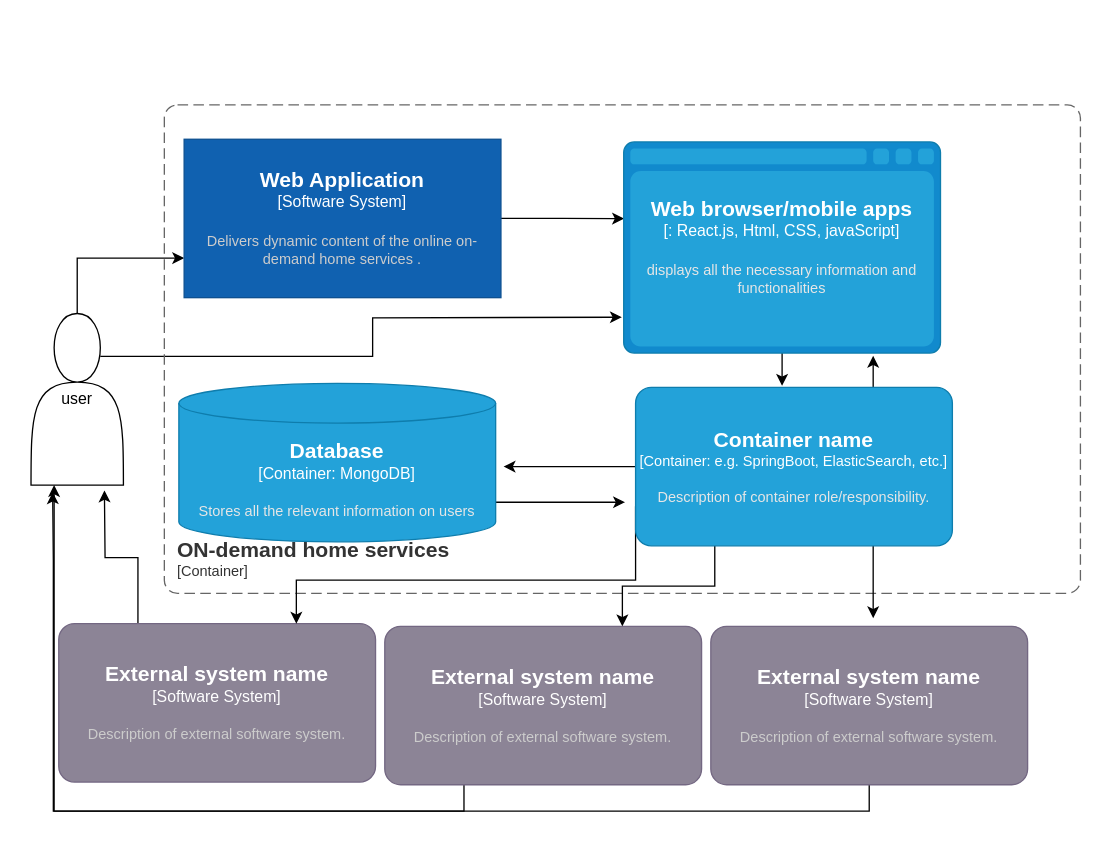
Earlier version of the draw.io diagram Untitled Diagram.drawio (Tinachint/on-demandHomeServices). Source tidied: cells renumbered, new cells numbered last; positions are measured from the earlier drawing's top-left corner, leaving out a move shared by most shapes. Both pictures are drawn from the tidied source at 132%, with x=0, y=0 at pixel (30, 104).
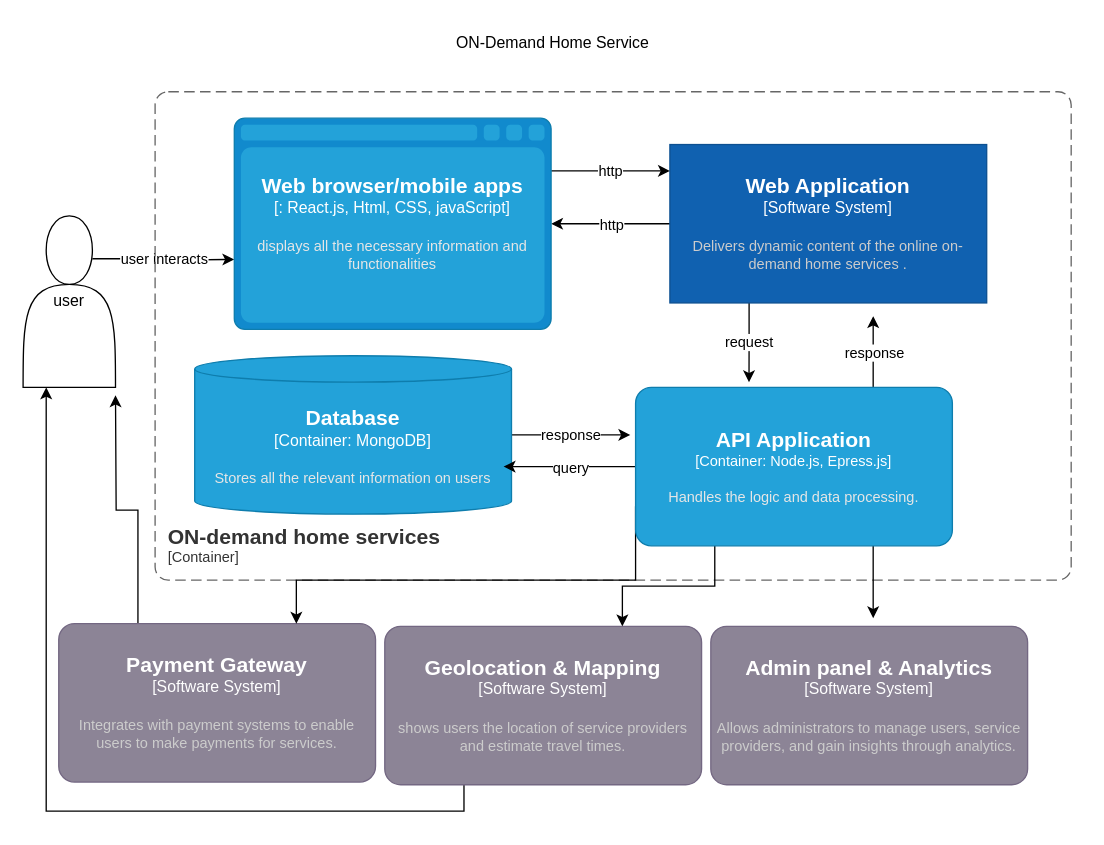
Above is the later version.

What changed in the source:
```diff
@@
-    <mxCell id="3" style="edgeStyle=orthogonalEdgeStyle;rounded=0;jettySize=auto;html=1;exitX=0.75;exitY=0.25;exitDx=0;exitDy=0;exitPerimeter=0;" parent="1" edge="1" source="5">
-      <mxGeometry relative="1" as="geometry">
-        <mxPoint x="447.6" y="160.8" as="targetPoint" />
-      </mxGeometry>
-    </mxCell>
-    <mxCell id="4" style="edgeStyle=orthogonalEdgeStyle;rounded=0;jettySize=auto;html=1;exitX=0.5;exitY=0;exitDx=0;exitDy=0;entryX=0;entryY=0.75;entryDx=0;entryDy=0;entryPerimeter=0;" parent="1" edge="1" source="5" target="14">
-      <mxGeometry relative="1" as="geometry" />
-    </mxCell>
+    <mxCell id="25" value="user interacts" style="edgeStyle=orthogonalEdgeStyle;rounded=0;jettySize=auto;html=1;exitX=0.75;exitY=0.25;exitDx=0;exitDy=0;exitPerimeter=0;" parent="1" edge="1" source="5">
+      <mxGeometry relative="1" as="geometry">
+        <mxPoint x="154" y="117" as="targetPoint" />
+      </mxGeometry>
+    </mxCell>
     <mxCell id="5" value="user" style="shape=actor;whiteSpace=wrap;html=1;" parent="1" vertex="1">
-      <mxGeometry y="158" width="70" height="130" as="geometry" />
+      <mxGeometry x="-6" y="84" width="70" height="130" as="geometry" />
     </mxCell>
     <object id="6" label="&lt;font style=&quot;font-size: 16px&quot;&gt;&lt;b&gt;&lt;div style=&quot;text-align: left&quot;&gt;%c4Name%&lt;/div&gt;&lt;/b&gt;&lt;/font&gt;&lt;div style=&quot;text-align: left&quot;&gt;[%c4Application%]&lt;/div&gt;" c4Application="Container" c4Name="ON-demand home services" placeholders="1">
       <mxCell style="rounded=1;fontSize=11;whiteSpace=wrap;html=1;dashed=1;arcSize=20;fillColor=none;strokeColor=#666666;fontColor=#333333;labelBackgroundColor=none;align=left;verticalAlign=bottom;labelBorderColor=none;spacingTop=0;spacing=10;dashPattern=8 4;perimeter=rectanglePerimeter;noLabel=0;labelPadding=0;absoluteArcSize=1;" parent="1" vertex="1">
-        <mxGeometry x="101" width="694" height="370" as="geometry" />
+        <mxGeometry x="94" y="-10" width="694" height="370" as="geometry" />
       </mxCell>
     </object>
     <mxCell id="7" style="edgeStyle=orthogonalEdgeStyle;rounded=0;jettySize=auto;html=1;exitX=0.25;exitY=0;exitDx=0;exitDy=0;exitPerimeter=0;" parent="1" edge="1" source="8">
       <mxGeometry relative="1" as="geometry">
-        <mxPoint x="55.6" y="292" as="targetPoint" />
+        <mxPoint x="64" y="220" as="targetPoint" />
       </mxGeometry>
     </mxCell>
-    <object id="8" label="&lt;font style=&quot;font-size: 16px&quot;&gt;&lt;b&gt;%c4Name%&lt;/b&gt;&lt;/font&gt;&lt;div&gt;[%c4Type%]&lt;/div&gt;&lt;br&gt;&lt;div&gt;&lt;font style=&quot;font-size: 11px&quot;&gt;&lt;font color=&quot;#cccccc&quot;&gt;%c4Description%&lt;/font&gt;&lt;/div&gt;" c4Description="Description of external software system." c4Name="External system name" c4Type="Software System" placeholders="1">
+    <object id="8" label="&lt;font style=&quot;font-size: 16px&quot;&gt;&lt;b&gt;%c4Name%&lt;/b&gt;&lt;/font&gt;&lt;div&gt;[%c4Type%]&lt;/div&gt;&lt;br&gt;&lt;div&gt;&lt;font style=&quot;font-size: 11px&quot;&gt;&lt;font color=&quot;#cccccc&quot;&gt;%c4Description%&lt;/font&gt;&lt;/div&gt;" c4Description=" Integrates with payment systems to enable users to make payments for services." c4Name="Payment Gateway" c4Type="Software System" placeholders="1">
       <mxCell style="rounded=1;whiteSpace=wrap;html=1;labelBackgroundColor=none;fillColor=#8C8496;fontColor=#ffffff;align=center;arcSize=10;strokeColor=#736782;points=[[0.25,0,0],[0.5,0,0],[0.75,0,0],[1,0.25,0],[1,0.5,0],[1,0.75,0],[0.75,1,0],[0.5,1,0],[0.25,1,0],[0,0.75,0],[0,0.5,0],[0,0.25,0]];" parent="1" vertex="1">
         <mxGeometry x="21" y="393" width="240" height="120" as="geometry" />
       </mxCell>
     </object>
@@
-    <object id="10" label="&lt;font style=&quot;font-size: 16px&quot;&gt;&lt;b&gt;%c4Name%&lt;/b&gt;&lt;/font&gt;&lt;div&gt;[%c4Type%]&lt;/div&gt;&lt;br&gt;&lt;div&gt;&lt;font style=&quot;font-size: 11px&quot;&gt;&lt;font color=&quot;#cccccc&quot;&gt;%c4Description%&lt;/font&gt;&lt;/div&gt;" c4Description="Description of external software system." c4Name="External system name" c4Type="Software System" placeholders="1">
+    <object id="10" label="&lt;font style=&quot;font-size: 16px&quot;&gt;&lt;b&gt;%c4Name%&lt;/b&gt;&lt;/font&gt;&lt;div&gt;[%c4Type%]&lt;/div&gt;&lt;br&gt;&lt;div&gt;&lt;font style=&quot;font-size: 11px&quot;&gt;&lt;font color=&quot;#cccccc&quot;&gt;%c4Description%&lt;/font&gt;&lt;/div&gt;" c4Description="shows users the location of service providers and estimate travel times." c4Name="Geolocation &amp; Mapping" c4Type="Software System" placeholders="1">
       <mxCell style="rounded=1;whiteSpace=wrap;html=1;labelBackgroundColor=none;fillColor=#8C8496;fontColor=#ffffff;align=center;arcSize=10;strokeColor=#736782;points=[[0.25,0,0],[0.5,0,0],[0.75,0,0],[1,0.25,0],[1,0.5,0],[1,0.75,0],[0.75,1,0],[0.5,1,0],[0.25,1,0],[0,0.75,0],[0,0.5,0],[0,0.25,0]];" parent="1" vertex="1">
         <mxGeometry x="268" y="395" width="240" height="120" as="geometry" />
       </mxCell>
     </object>
-    <mxCell id="11" style="edgeStyle=orthogonalEdgeStyle;rounded=0;jettySize=auto;html=1;exitX=0.5;exitY=1;exitDx=0;exitDy=0;exitPerimeter=0;" parent="1" edge="1" source="12">
-      <mxGeometry relative="1" as="geometry">
-        <mxPoint x="16.4" y="293.4" as="targetPoint" />
-      </mxGeometry>
-    </mxCell>
-    <object id="12" label="&lt;font style=&quot;font-size: 16px&quot;&gt;&lt;b&gt;%c4Name%&lt;/b&gt;&lt;/font&gt;&lt;div&gt;[%c4Type%]&lt;/div&gt;&lt;br&gt;&lt;div&gt;&lt;font style=&quot;font-size: 11px&quot;&gt;&lt;font color=&quot;#cccccc&quot;&gt;%c4Description%&lt;/font&gt;&lt;/div&gt;" c4Description="Description of external software system." c4Name="External system name" c4Type="Software System" placeholders="1">
+    <object id="12" label="&lt;font style=&quot;font-size: 16px&quot;&gt;&lt;b&gt;%c4Name%&lt;/b&gt;&lt;/font&gt;&lt;div&gt;[%c4Type%]&lt;/div&gt;&lt;br&gt;&lt;div&gt;&lt;font style=&quot;font-size: 11px&quot;&gt;&lt;font color=&quot;#cccccc&quot;&gt;%c4Description%&lt;/font&gt;&lt;/div&gt;" c4Description="Allows administrators to manage users, service providers, and gain insights through analytics." c4Name="Admin panel &amp; Analytics " c4Type="Software System" placeholders="1">
       <mxCell style="rounded=1;whiteSpace=wrap;html=1;labelBackgroundColor=none;fillColor=#8C8496;fontColor=#ffffff;align=center;arcSize=10;strokeColor=#736782;points=[[0.25,0,0],[0.5,0,0],[0.75,0,0],[1,0.25,0],[1,0.5,0],[1,0.75,0],[0.75,1,0],[0.5,1,0],[0.25,1,0],[0,0.75,0],[0,0.5,0],[0,0.25,0]];" parent="1" vertex="1">
         <mxGeometry x="515" y="395" width="240" height="120" as="geometry" />
       </mxCell>
     </object>
-    <mxCell id="13" style="edgeStyle=orthogonalEdgeStyle;rounded=0;jettySize=auto;html=1;exitX=1;exitY=0.5;exitDx=0;exitDy=0;exitPerimeter=0;entryX=0.001;entryY=0.363;entryDx=0;entryDy=0;entryPerimeter=0;" parent="1" edge="1" source="14" target="16">
-      <mxGeometry relative="1" as="geometry" />
-    </mxCell>
+    <mxCell id="26" value="request" style="edgeStyle=orthogonalEdgeStyle;rounded=0;jettySize=auto;html=1;exitX=0.25;exitY=1;exitDx=0;exitDy=0;exitPerimeter=0;entryX=0.358;entryY=-0.033;entryDx=0;entryDy=0;entryPerimeter=0;" parent="1" edge="1" source="14" target="24">
+      <mxGeometry relative="1" as="geometry" />
+    </mxCell>
+    <mxCell id="27" value="http" style="edgeStyle=orthogonalEdgeStyle;rounded=0;jettySize=auto;html=1;exitX=0;exitY=0.5;exitDx=0;exitDy=0;exitPerimeter=0;" parent="1" edge="1" source="14">
+      <mxGeometry relative="1" as="geometry">
+        <mxPoint x="394" y="90" as="targetPoint" />
+      </mxGeometry>
+    </mxCell>
     <object id="14" label="&lt;font style=&quot;font-size: 16px&quot;&gt;&lt;b&gt;%c4Name%&lt;/b&gt;&lt;/font&gt;&lt;div&gt;[%c4Type%]&lt;/div&gt;&lt;br&gt;&lt;div&gt;&lt;font style=&quot;font-size: 11px&quot;&gt;&lt;font color=&quot;#cccccc&quot;&gt;%c4Description%&lt;/font&gt;&lt;/div&gt;" c4Description="Delivers dynamic content of the online on-demand home services ." c4Name="Web Application " c4Type="Software System" placeholders="1">
       <mxCell style="rounded=0;whiteSpace=wrap;html=1;labelBackgroundColor=none;fillColor=#1061B0;fontColor=#ffffff;align=center;arcSize=49;strokeColor=#0D5091;points=[[0.25,0,0],[0.5,0,0],[0.75,0,0],[1,0.25,0],[1,0.5,0],[1,0.75,0],[0.75,1,0],[0.5,1,0],[0.25,1,0],[0,0.75,0],[0,0.5,0],[0,0.25,0]];" parent="1" vertex="1">
-        <mxGeometry x="116" y="26" width="240" height="120" as="geometry" />
+        <mxGeometry x="484" y="30" width="240" height="120" as="geometry" />
       </mxCell>
     </object>
-    <mxCell id="15" style="edgeStyle=orthogonalEdgeStyle;rounded=0;jettySize=auto;html=1;exitX=0.5;exitY=1;exitDx=0;exitDy=0;exitPerimeter=0;" parent="1" edge="1" source="16">
-      <mxGeometry relative="1" as="geometry">
-        <mxPoint x="569" y="212.8" as="targetPoint" />
-      </mxGeometry>
-    </mxCell>
+    <mxCell id="28" value="http" style="edgeStyle=orthogonalEdgeStyle;rounded=0;jettySize=auto;html=1;exitX=1;exitY=0.25;exitDx=0;exitDy=0;exitPerimeter=0;" parent="1" edge="1" source="16">
+      <mxGeometry relative="1" as="geometry">
+        <mxPoint x="484" y="50" as="targetPoint" />
+      </mxGeometry>
+    </mxCell>
     <object id="16" label="&lt;font style=&quot;font-size: 16px&quot;&gt;&lt;b&gt;%c4Type%&lt;/b&gt;&lt;/font&gt;&lt;div&gt;[%c4Container%:&amp;nbsp;%c4Technology%]&lt;/div&gt;&lt;br&gt;&lt;div&gt;&lt;font style=&quot;font-size: 11px&quot;&gt;&lt;font color=&quot;#E6E6E6&quot;&gt;%c4Description%&lt;/font&gt;&lt;/div&gt;" c4Container="" c4Description="displays all the necessary information   and functionalities " c4Technology="React.js, Html, CSS, javaScript" c4Type="Web browser/mobile apps" placeholders="1">
       <mxCell style="shape=mxgraph.c4.webBrowserContainer2;whiteSpace=wrap;html=1;boundedLbl=1;rounded=0;labelBackgroundColor=none;strokeColor=#118ACD;fillColor=#23A2D9;strokeColor=#118ACD;strokeColor2=#0E7DAD;fontSize=12;fontColor=#ffffff;align=center;points=[[0.5,0,0],[1,0.25,0],[1,0.5,0],[1,0.75,0],[0.5,1,0],[0,0.75,0],[0,0.5,0],[0,0.25,0]];" parent="1" vertex="1">
-        <mxGeometry x="449" y="28" width="240" height="160" as="geometry" />
+        <mxGeometry x="154" y="10" width="240" height="160" as="geometry" />
       </mxCell>
     </object>
-    <mxCell id="17" style="edgeStyle=orthogonalEdgeStyle;rounded=0;jettySize=auto;html=1;exitX=1;exitY=0.75;exitDx=0;exitDy=0;exitPerimeter=0;" parent="1" edge="1" source="18">
-      <mxGeometry relative="1" as="geometry">
-        <mxPoint x="450" y="301" as="targetPoint" />
-      </mxGeometry>
-    </mxCell>
+    <mxCell id="29" value="response" style="edgeStyle=orthogonalEdgeStyle;rounded=0;jettySize=auto;html=1;exitX=1;exitY=0.5;exitDx=0;exitDy=0;exitPerimeter=0;" parent="1" edge="1" source="18">
+      <mxGeometry relative="1" as="geometry">
+        <mxPoint x="454" y="250" as="targetPoint" />
+      </mxGeometry>
+    </mxCell>
     <object id="18" label="&lt;font style=&quot;font-size: 16px&quot;&gt;&lt;b&gt;%c4Type%&lt;/b&gt;&lt;/font&gt;&lt;div&gt;[%c4Container%:&amp;nbsp;%c4Technology%]&lt;/div&gt;&lt;br&gt;&lt;div&gt;&lt;font style=&quot;font-size: 11px&quot;&gt;&lt;font color=&quot;#E6E6E6&quot;&gt;%c4Description%&lt;/font&gt;&lt;/div&gt;" c4Container="Container" c4Description="Stores all the relevant information on users " c4Technology="MongoDB" c4Type="Database " placeholders="1">
-      <mxCell style="shape=cylinder3;size=15;whiteSpace=wrap;html=1;boundedLbl=1;rounded=0;labelBackgroundColor=none;fillColor=#23A2D9;fontSize=12;fontColor=#ffffff;align=center;strokeColor=#0E7DAD;points=[[0.5,0,0],[1,0.25,0],[1,0.5,0],[1,0.75,0],[0.5,1,0],[0,0.75,0],[0,0.5,0],[0,0.25,0]];" parent="1" vertex="1">
-        <mxGeometry x="112" y="211" width="240" height="120" as="geometry" />
+      <mxCell style="shape=cylinder3;size=10.000030517578125;whiteSpace=wrap;html=1;boundedLbl=1;rounded=0;labelBackgroundColor=none;fillColor=#23A2D9;fontSize=12;fontColor=#ffffff;align=center;strokeColor=#0E7DAD;points=[[0.5,0,0],[1,0.25,0],[1,0.5,0],[1,0.75,0],[0.5,1,0],[0,0.75,0],[0,0.5,0],[0,0.25,0]];" parent="1" vertex="1">
+        <mxGeometry x="124" y="190" width="240" height="120" as="geometry" />
       </mxCell>
     </object>
-    <mxCell id="19" style="edgeStyle=orthogonalEdgeStyle;rounded=0;jettySize=auto;html=1;exitX=0;exitY=0.5;exitDx=0;exitDy=0;exitPerimeter=0;" parent="1" edge="1" source="24">
+    <mxCell id="19" value="query" style="edgeStyle=orthogonalEdgeStyle;rounded=0;jettySize=auto;html=1;exitX=0;exitY=0.5;exitDx=0;exitDy=0;exitPerimeter=0;" parent="1" edge="1" source="24">
       <mxGeometry relative="1" as="geometry">
         <mxPoint x="358" y="274" as="targetPoint" />
       </mxGeometry>
     </mxCell>
@@
-    <mxCell id="23" style="edgeStyle=orthogonalEdgeStyle;rounded=0;jettySize=auto;html=1;exitX=0.75;exitY=0;exitDx=0;exitDy=0;exitPerimeter=0;" parent="1" edge="1" source="24">
-      <mxGeometry relative="1" as="geometry">
-        <mxPoint x="638" y="190" as="targetPoint" />
-      </mxGeometry>
-    </mxCell>
+    <mxCell id="30" value="response" style="edgeStyle=orthogonalEdgeStyle;rounded=0;jettySize=auto;html=1;exitX=0.75;exitY=0;exitDx=0;exitDy=0;exitPerimeter=0;" parent="1" edge="1" source="24">
+      <mxGeometry relative="1" as="geometry">
+        <mxPoint x="638" y="160" as="targetPoint" />
+      </mxGeometry>
+    </mxCell>
-    <object id="24" label="&lt;font style=&quot;font-size: 16px&quot;&gt;&lt;b&gt;%c4Name%&lt;/b&gt;&lt;/font&gt;&lt;div&gt;[%c4Type%: %c4Technology%]&lt;/div&gt;&lt;br&gt;&lt;div&gt;&lt;font style=&quot;font-size: 11px&quot;&gt;&lt;font color=&quot;#E6E6E6&quot;&gt;%c4Description%&lt;/font&gt;&lt;/div&gt;" c4Description="Description of container role/responsibility." c4Name="Container name" c4Technology="e.g. SpringBoot, ElasticSearch, etc." c4Type="Container" placeholders="1">
+    <object id="24" label="&lt;font style=&quot;font-size: 16px&quot;&gt;&lt;b&gt;%c4Name%&lt;/b&gt;&lt;/font&gt;&lt;div&gt;[%c4Type%: %c4Technology%]&lt;/div&gt;&lt;br&gt;&lt;div&gt;&lt;font style=&quot;font-size: 11px&quot;&gt;&lt;font color=&quot;#E6E6E6&quot;&gt;%c4Description%&lt;/font&gt;&lt;/div&gt;" c4Description="Handles the logic and data processing. " c4Name="API Application " c4Technology="Node.js, Epress.js" c4Type="Container" placeholders="1">
       <mxCell style="rounded=1;whiteSpace=wrap;html=1;fontSize=11;labelBackgroundColor=none;fillColor=#23A2D9;fontColor=#ffffff;align=center;arcSize=10;strokeColor=#0E7DAD;points=[[0.25,0,0],[0.5,0,0],[0.75,0,0],[1,0.25,0],[1,0.5,0],[1,0.75,0],[0.75,1,0],[0.5,1,0],[0.25,1,0],[0,0.75,0],[0,0.5,0],[0,0.25,0]];" parent="1" vertex="1">
         <mxGeometry x="458" y="214" width="240" height="120" as="geometry" />
       </mxCell>
     </object>
+    <mxCell id="31" value="ON-Demand Home Service" style="text;html=1;align=center;verticalAlign=middle;strokeColor=none;fillColor=none;" parent="1" vertex="1">
+      <mxGeometry x="310" y="-62" width="170" height="30" as="geometry" />
+    </mxCell>
```
